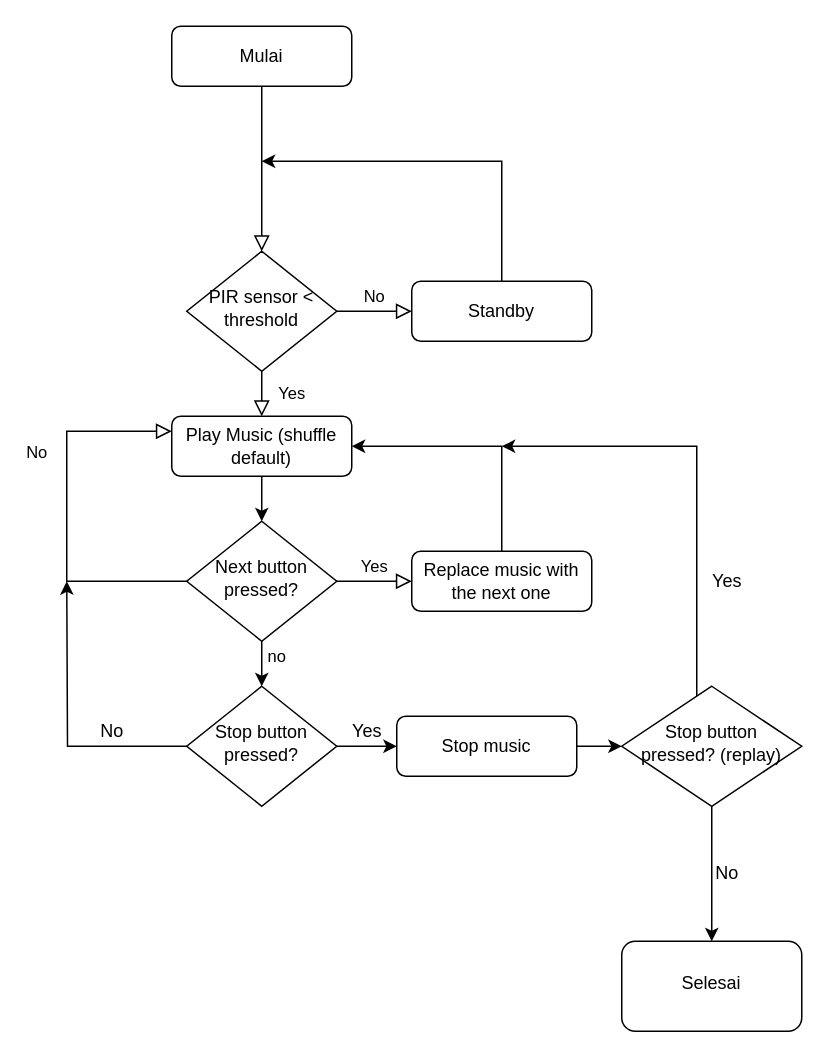
Before: Flowchart LTKA.drawio in nokur15/nokur.icha, a draw.io diagram. Source tidied: cells renumbered, new cells numbered last; positions are measured from the earlier drawing's top-left corner, leaving out a move shared by most shapes. Both pictures are drawn from the tidied source at 150%, with x=0, y=0 at pixel (66, 26).
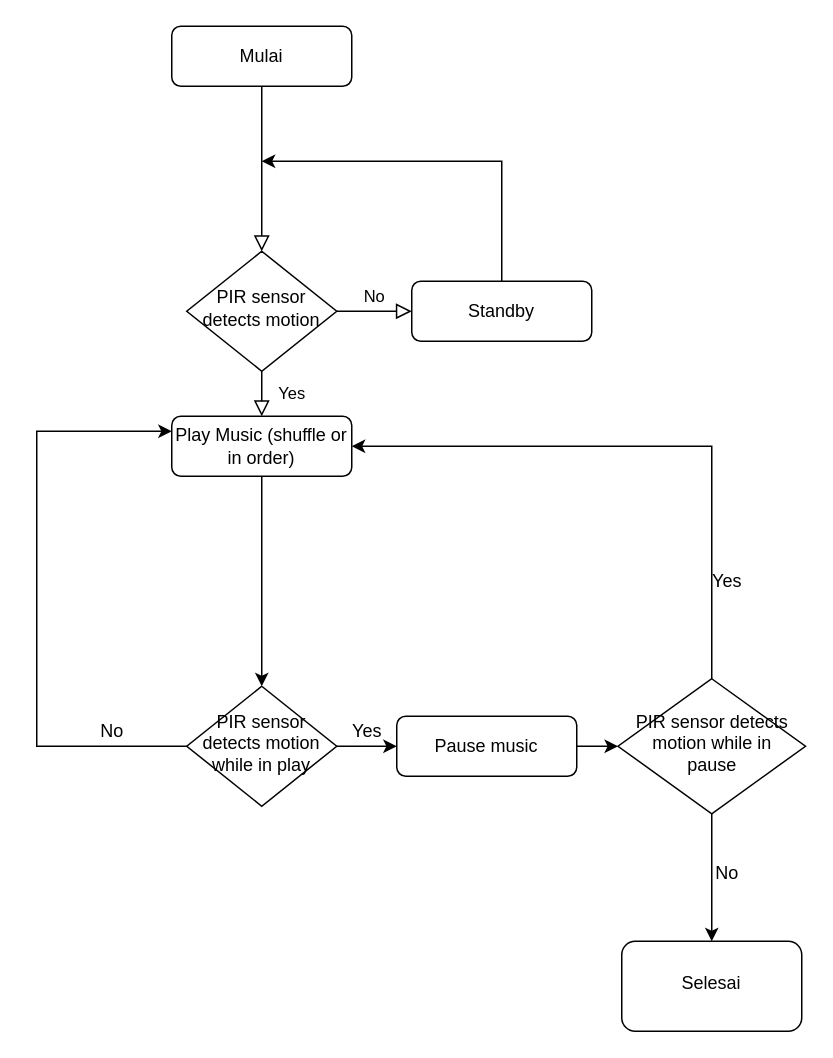
The same diagram, later.

The edit, as a diff of the source:
```diff
@@
-    <mxCell id="6" value="PIR sensor &amp;lt; threshold" style="rhombus;whiteSpace=wrap;html=1;shadow=0;fontFamily=Helvetica;fontSize=12;align=center;strokeWidth=1;spacing=6;spacingTop=-4;" parent="1" vertex="1">
+    <mxCell id="6" value="PIR sensor detects motion" style="rhombus;whiteSpace=wrap;html=1;shadow=0;fontFamily=Helvetica;fontSize=12;align=center;strokeWidth=1;spacing=6;spacingTop=-4;" parent="1" vertex="1">
       <mxGeometry x="80" y="150" width="100" height="80" as="geometry" />
     </mxCell>
@@
-    <mxCell id="9" value="No" style="rounded=0;html=1;jettySize=auto;fontSize=11;endArrow=block;endFill=0;endSize=8;strokeWidth=1;shadow=0;labelBackgroundColor=none;edgeStyle=orthogonalEdgeStyle;entryX=0;entryY=0.25;entryDx=0;entryDy=0;exitX=0;exitY=0.5;exitDx=0;exitDy=0;" parent="1" edge="1" source="12" target="18">
-      <mxGeometry x="0.33" y="20" relative="1" as="geometry">
-        <Array as="points">
-          <mxPoint y="370" />
-          <mxPoint y="270" />
-        </Array>
-      </mxGeometry>
-    </mxCell>
-    <mxCell id="10" value="Yes" style="edgeStyle=orthogonalEdgeStyle;rounded=0;html=1;jettySize=auto;fontSize=11;endArrow=block;endFill=0;endSize=8;strokeWidth=1;shadow=0;labelBackgroundColor=none;" parent="1" edge="1" source="12" target="16">
-      <mxGeometry y="10" relative="1" as="geometry" />
-    </mxCell>
-    <mxCell id="11" value="no" style="edgeStyle=orthogonalEdgeStyle;rounded=0;jettySize=auto;html=1;" parent="1" edge="1" source="12" target="21">
+    <mxCell id="11" style="edgeStyle=orthogonalEdgeStyle;rounded=0;jettySize=auto;html=1;exitX=0.5;exitY=1;exitDx=0;exitDy=0;" parent="1" edge="1" source="18" target="21">
       <mxGeometry x="0.2" y="10" relative="1" as="geometry" />
     </mxCell>
-    <mxCell id="12" value="Next button pressed?" style="rhombus;whiteSpace=wrap;html=1;shadow=0;fontFamily=Helvetica;fontSize=12;align=center;strokeWidth=1;spacing=6;spacingTop=-4;" parent="1" vertex="1">
-      <mxGeometry x="80" y="330" width="100" height="80" as="geometry" />
-    </mxCell>
@@
-    <mxCell id="14" value="Stop music" style="rounded=1;whiteSpace=wrap;html=1;fontSize=12;glass=0;strokeWidth=1;shadow=0;" parent="1" vertex="1">
+    <mxCell id="14" value="Pause music" style="rounded=1;whiteSpace=wrap;html=1;fontSize=12;glass=0;strokeWidth=1;shadow=0;" parent="1" vertex="1">
       <mxGeometry x="220" y="460" width="120" height="40" as="geometry" />
     </mxCell>
-    <mxCell id="15" style="edgeStyle=orthogonalEdgeStyle;rounded=0;jettySize=auto;html=1;exitX=0.5;exitY=0;exitDx=0;exitDy=0;entryX=1;entryY=0.5;entryDx=0;entryDy=0;" parent="1" edge="1" source="16" target="18">
-      <mxGeometry relative="1" as="geometry" />
-    </mxCell>
-    <mxCell id="16" value="Replace music with the next one" style="rounded=1;whiteSpace=wrap;html=1;fontSize=12;glass=0;strokeWidth=1;shadow=0;" parent="1" vertex="1">
-      <mxGeometry x="230" y="350" width="120" height="40" as="geometry" />
-    </mxCell>
-    <mxCell id="17" style="edgeStyle=orthogonalEdgeStyle;rounded=0;jettySize=auto;html=1;" parent="1" edge="1" source="18" target="12">
-      <mxGeometry relative="1" as="geometry" />
-    </mxCell>
-    <mxCell id="18" value="Play Music (shuffle default)" style="rounded=1;whiteSpace=wrap;html=1;fontSize=12;glass=0;strokeWidth=1;shadow=0;" parent="1" vertex="1">
+    <mxCell id="18" value="Play Music (shuffle or in order)" style="rounded=1;whiteSpace=wrap;html=1;fontSize=12;glass=0;strokeWidth=1;shadow=0;" parent="1" vertex="1">
       <mxGeometry x="70" y="260" width="120" height="40" as="geometry" />
     </mxCell>
-    <mxCell id="19" style="edgeStyle=orthogonalEdgeStyle;rounded=0;jettySize=auto;html=1;" parent="1" edge="1" source="21">
+    <mxCell id="19" style="edgeStyle=orthogonalEdgeStyle;rounded=0;jettySize=auto;html=1;entryX=0;entryY=0.25;entryDx=0;entryDy=0;" parent="1" edge="1" source="21" target="18">
       <mxGeometry relative="1" as="geometry">
-        <mxPoint y="370" as="targetPoint" />
+        <Array as="points">
+          <mxPoint x="-20" y="480" />
+          <mxPoint x="-20" y="270" />
+        </Array>
       </mxGeometry>
     </mxCell>
@@
-    <mxCell id="21" value="Stop button pressed?" style="rhombus;whiteSpace=wrap;html=1;shadow=0;fontFamily=Helvetica;fontSize=12;align=center;strokeWidth=1;spacing=6;spacingTop=-4;" parent="1" vertex="1">
+    <mxCell id="21" value="PIR sensor detects motion while in play" style="rhombus;whiteSpace=wrap;html=1;shadow=0;fontFamily=Helvetica;fontSize=12;align=center;strokeWidth=1;spacing=6;spacingTop=-4;" parent="1" vertex="1">
       <mxGeometry x="80" y="440" width="100" height="80" as="geometry" />
     </mxCell>
@@
-    <mxCell id="24" style="edgeStyle=orthogonalEdgeStyle;rounded=0;jettySize=auto;html=1;" parent="1" edge="1" source="26">
+    <mxCell id="24" style="edgeStyle=orthogonalEdgeStyle;rounded=0;jettySize=auto;html=1;entryX=1;entryY=0.5;entryDx=0;entryDy=0;exitX=0.5;exitY=0;exitDx=0;exitDy=0;" parent="1" edge="1" source="26" target="18">
       <mxGeometry relative="1" as="geometry">
-        <mxPoint x="290" y="280" as="targetPoint" />
         <Array as="points">
-          <mxPoint x="420" y="280" />
+          <mxPoint x="430" y="280" />
         </Array>
       </mxGeometry>
     </mxCell>
@@
-    <mxCell id="26" value="Stop button pressed? (replay)" style="rhombus;whiteSpace=wrap;html=1;shadow=0;fontFamily=Helvetica;fontSize=12;align=center;strokeWidth=1;spacing=6;spacingTop=-4;" parent="1" vertex="1">
-      <mxGeometry x="370" y="440" width="120" height="80" as="geometry" />
+    <mxCell id="26" value="PIR sensor detects motion while in pause" style="rhombus;whiteSpace=wrap;html=1;shadow=0;fontFamily=Helvetica;fontSize=12;align=center;strokeWidth=1;spacing=6;spacingTop=-4;" parent="1" vertex="1">
+      <mxGeometry x="367.5" y="435" width="125" height="90" as="geometry" />
     </mxCell>
```
